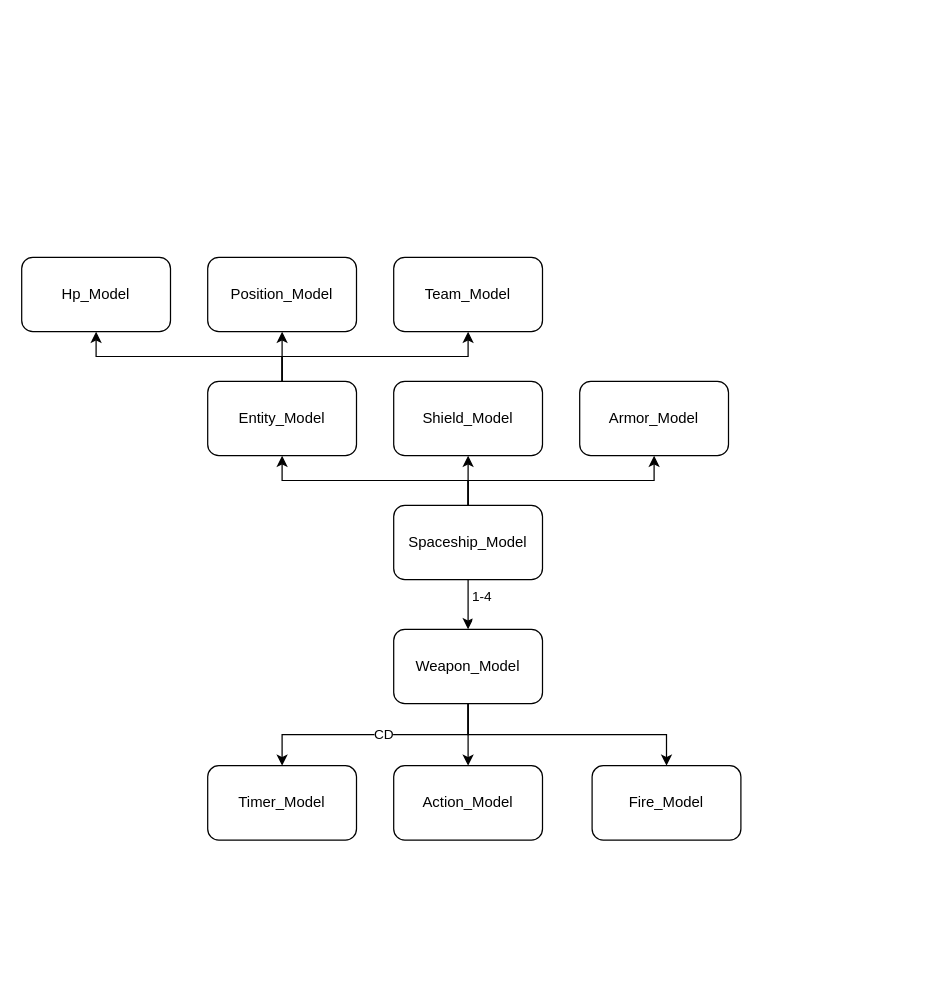
Before: Spaceship.drawio in kipikipoddev/Godot_Tutorial, a draw.io diagram. Source tidied: cells renumbered, new cells numbered last; positions are measured from the earlier drawing's top-left corner, leaving out a move shared by most shapes. Both pictures are drawn from the tidied source at 124%, with x=0, y=0 at pixel (21, 257).
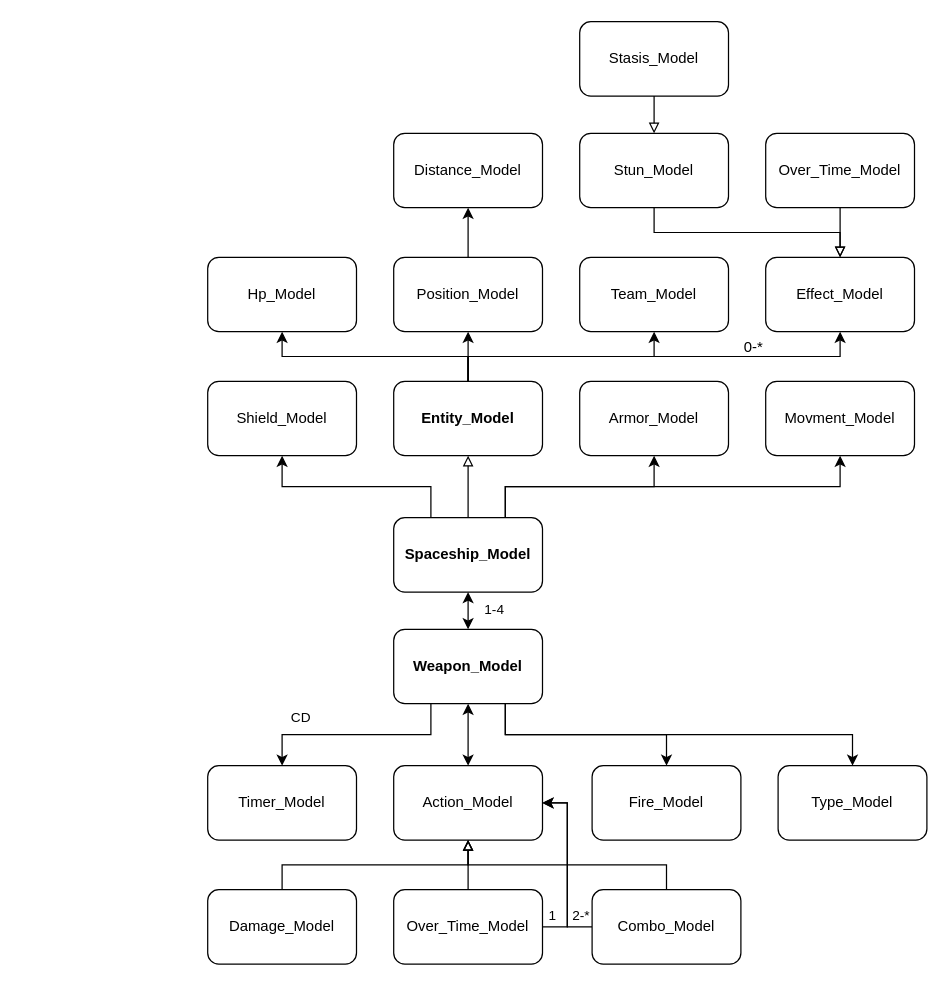
The same diagram, later.

The change refers to these unchanged cells:
```xml
<mxCell id="15" value="Armor_Model" style="rounded=1;whiteSpace=wrap;html=1;" parent="1" vertex="1">
  <mxGeometry x="450" y="100" width="120" height="60" as="geometry" />
</mxCell>
<mxCell id="22" value="Timer_Model" style="rounded=1;whiteSpace=wrap;html=1;" parent="1" vertex="1">
  <mxGeometry x="150" y="410" width="120" height="60" as="geometry" />
</mxCell>
<mxCell id="23" value="Action_Model" style="rounded=1;whiteSpace=wrap;html=1;" parent="1" vertex="1">
  <mxGeometry x="300" y="410" width="120" height="60" as="geometry" />
</mxCell>
<mxCell id="24" value="Fire_Model" style="rounded=1;whiteSpace=wrap;html=1;" parent="1" vertex="1">
  <mxGeometry x="460" y="410" width="120" height="60" as="geometry" />
</mxCell>
```

Diff of the diagram source:
```diff
@@
-    <mxCell id="2" style="edgeStyle=orthogonalEdgeStyle;rounded=0;jettySize=auto;html=1;exitX=0.5;exitY=1;exitDx=0;exitDy=0;entryX=0.5;entryY=0;entryDx=0;entryDy=0;" parent="1" edge="1" source="7" target="21">
+    <mxCell id="2" style="edgeStyle=orthogonalEdgeStyle;rounded=0;jettySize=auto;html=1;exitX=0.5;exitY=1;exitDx=0;exitDy=0;entryX=0.5;entryY=0;entryDx=0;entryDy=0;startArrow=classic;startFill=1;" parent="1" edge="1" source="7" target="21">
       <mxGeometry relative="1" as="geometry" />
     </mxCell>
     <mxCell id="3" value="1-4&lt;div&gt;&lt;br&gt;&lt;/div&gt;" style="edgeLabel;html=1;align=center;verticalAlign=middle;" parent="2" vertex="1">
       <mxGeometry x="-0.37" relative="1" as="geometry">
-        <mxPoint x="10" y="7" as="offset" />
+        <mxPoint x="20" y="11" as="offset" />
       </mxGeometry>
     </mxCell>
-    <mxCell id="4" style="edgeStyle=orthogonalEdgeStyle;rounded=0;jettySize=auto;html=1;exitX=0.5;exitY=0;exitDx=0;exitDy=0;entryX=0.5;entryY=1;entryDx=0;entryDy=0;" parent="1" edge="1" source="7" target="16">
+    <mxCell id="4" style="edgeStyle=orthogonalEdgeStyle;rounded=0;jettySize=auto;html=1;exitX=0.25;exitY=0;exitDx=0;exitDy=0;entryX=0.5;entryY=1;entryDx=0;entryDy=0;" parent="1" edge="1" source="7" target="16">
       <mxGeometry relative="1" as="geometry" />
     </mxCell>
-    <mxCell id="5" style="edgeStyle=orthogonalEdgeStyle;rounded=0;jettySize=auto;html=1;exitX=0.5;exitY=0;exitDx=0;exitDy=0;entryX=0.5;entryY=1;entryDx=0;entryDy=0;" parent="1" edge="1" source="7" target="15">
+    <mxCell id="5" style="edgeStyle=orthogonalEdgeStyle;rounded=0;jettySize=auto;html=1;exitX=0.75;exitY=0;exitDx=0;exitDy=0;entryX=0.5;entryY=1;entryDx=0;entryDy=0;" parent="1" edge="1" source="7" target="15">
       <mxGeometry relative="1" as="geometry" />
     </mxCell>
-    <mxCell id="6" style="edgeStyle=orthogonalEdgeStyle;rounded=0;jettySize=auto;html=1;exitX=0.5;exitY=0;exitDx=0;exitDy=0;entryX=0.5;entryY=1;entryDx=0;entryDy=0;" parent="1" edge="1" source="7" target="11">
+    <mxCell id="6" style="edgeStyle=orthogonalEdgeStyle;rounded=0;jettySize=auto;html=1;exitX=0.5;exitY=0;exitDx=0;exitDy=0;entryX=0.5;entryY=1;entryDx=0;entryDy=0;endArrow=block;endFill=0;" parent="1" edge="1" source="7" target="11">
       <mxGeometry relative="1" as="geometry" />
     </mxCell>
+    <mxCell id="25" style="edgeStyle=orthogonalEdgeStyle;rounded=0;jettySize=auto;html=1;exitX=0.75;exitY=0;exitDx=0;exitDy=0;entryX=0.5;entryY=1;entryDx=0;entryDy=0;" parent="1" edge="1" source="7" target="29">
+      <mxGeometry relative="1" as="geometry" />
+    </mxCell>
-    <mxCell id="7" value="Spaceship_Model" style="rounded=1;whiteSpace=wrap;html=1;" parent="1" vertex="1">
-      <mxGeometry x="300" y="200" width="120" height="60" as="geometry" />
+    <mxCell id="7" value="&lt;b&gt;Spaceship_Model&lt;/b&gt;" style="rounded=1;whiteSpace=wrap;html=1;" parent="1" vertex="1">
+      <mxGeometry x="300" y="210" width="120" height="60" as="geometry" />
     </mxCell>
@@
+    <mxCell id="26" style="edgeStyle=orthogonalEdgeStyle;rounded=0;jettySize=auto;html=1;exitX=0.5;exitY=0;exitDx=0;exitDy=0;entryX=0.5;entryY=1;entryDx=0;entryDy=0;" parent="1" edge="1" source="11" target="31">
+      <mxGeometry relative="1" as="geometry" />
+    </mxCell>
-    <mxCell id="11" value="Entity_Model" style="rounded=1;whiteSpace=wrap;html=1;" parent="1" vertex="1">
-      <mxGeometry x="150" y="100" width="120" height="60" as="geometry" />
+    <mxCell id="11" value="&lt;b&gt;Entity_Model&lt;/b&gt;" style="rounded=1;whiteSpace=wrap;html=1;" parent="1" vertex="1">
+      <mxGeometry x="300" y="100" width="120" height="60" as="geometry" />
     </mxCell>
     <mxCell id="12" value="Hp_Model" style="rounded=1;whiteSpace=wrap;html=1;" parent="1" vertex="1">
-      <mxGeometry width="120" height="60" as="geometry" />
+      <mxGeometry x="150" width="120" height="60" as="geometry" />
     </mxCell>
+    <mxCell id="27" style="edgeStyle=orthogonalEdgeStyle;rounded=0;jettySize=auto;html=1;exitX=0.5;exitY=0;exitDx=0;exitDy=0;entryX=0.5;entryY=1;entryDx=0;entryDy=0;" parent="1" edge="1" source="13" target="33">
+      <mxGeometry relative="1" as="geometry" />
+    </mxCell>
     <mxCell id="13" value="Position_Model" style="rounded=1;whiteSpace=wrap;html=1;" parent="1" vertex="1">
-      <mxGeometry x="150" width="120" height="60" as="geometry" />
+      <mxGeometry x="300" width="120" height="60" as="geometry" />
     </mxCell>
     <mxCell id="14" value="Team_Model" style="rounded=1;whiteSpace=wrap;html=1;" parent="1" vertex="1">
-      <mxGeometry x="300" width="120" height="60" as="geometry" />
+      <mxGeometry x="450" width="120" height="60" as="geometry" />
     </mxCell>
@@
     <mxCell id="16" value="Shield_Model" style="rounded=1;whiteSpace=wrap;html=1;" parent="1" vertex="1">
-      <mxGeometry x="300" y="100" width="120" height="60" as="geometry" />
+      <mxGeometry x="150" y="100" width="120" height="60" as="geometry" />
     </mxCell>
-    <mxCell id="17" style="edgeStyle=orthogonalEdgeStyle;rounded=0;jettySize=auto;html=1;exitX=0.5;exitY=1;exitDx=0;exitDy=0;" parent="1" edge="1" source="21" target="22">
+    <mxCell id="17" style="edgeStyle=orthogonalEdgeStyle;rounded=0;jettySize=auto;html=1;exitX=0.25;exitY=1;exitDx=0;exitDy=0;" parent="1" edge="1" source="21" target="22">
       <mxGeometry relative="1" as="geometry" />
     </mxCell>
     <mxCell id="18" value="CD" style="edgeLabel;html=1;align=center;verticalAlign=middle;" parent="17" vertex="1">
-      <mxGeometry x="-0.06" y="-1" relative="1" as="geometry" />
+      <mxGeometry x="-0.06" y="-1" relative="1" as="geometry">
+        <mxPoint x="-51" y="-14" as="offset" />
+      </mxGeometry>
     </mxCell>
-    <mxCell id="19" style="edgeStyle=orthogonalEdgeStyle;rounded=0;jettySize=auto;html=1;exitX=0.5;exitY=1;exitDx=0;exitDy=0;entryX=0.5;entryY=0;entryDx=0;entryDy=0;" parent="1" edge="1" source="21" target="23">
+    <mxCell id="19" style="rounded=0;jettySize=auto;html=1;exitX=0.5;exitY=1;exitDx=0;exitDy=0;entryX=0.5;entryY=0;entryDx=0;entryDy=0;startArrow=classic;startFill=1;" parent="1" edge="1" source="21" target="23">
       <mxGeometry relative="1" as="geometry" />
     </mxCell>
+    <mxCell id="28" style="edgeStyle=orthogonalEdgeStyle;rounded=0;jettySize=auto;html=1;exitX=0.75;exitY=1;exitDx=0;exitDy=0;entryX=0.5;entryY=0;entryDx=0;entryDy=0;" parent="1" edge="1" source="21" target="30">
+      <mxGeometry relative="1" as="geometry" />
+    </mxCell>
-    <mxCell id="20" style="edgeStyle=orthogonalEdgeStyle;rounded=0;jettySize=auto;html=1;exitX=0.5;exitY=1;exitDx=0;exitDy=0;entryX=0.5;entryY=0;entryDx=0;entryDy=0;" parent="1" edge="1" source="21" target="24">
+    <mxCell id="20" style="edgeStyle=orthogonalEdgeStyle;rounded=0;jettySize=auto;html=1;exitX=0.75;exitY=1;exitDx=0;exitDy=0;entryX=0.5;entryY=0;entryDx=0;entryDy=0;" parent="1" edge="1" source="21" target="24">
       <mxGeometry relative="1" as="geometry" />
     </mxCell>
-    <mxCell id="21" value="Weapon_Model" style="rounded=1;whiteSpace=wrap;html=1;" parent="1" vertex="1">
+    <mxCell id="21" value="&lt;b&gt;Weapon_Model&lt;/b&gt;" style="rounded=1;whiteSpace=wrap;html=1;" parent="1" vertex="1">
       <mxGeometry x="300" y="300" width="120" height="60" as="geometry" />
     </mxCell>
@@
+    <mxCell id="29" value="Movment_Model" style="rounded=1;whiteSpace=wrap;html=1;" parent="1" vertex="1">
+      <mxGeometry x="600" y="100" width="120" height="60" as="geometry" />
+    </mxCell>
+    <mxCell id="30" value="Type_Model" style="rounded=1;whiteSpace=wrap;html=1;" parent="1" vertex="1">
+      <mxGeometry x="610" y="410" width="120" height="60" as="geometry" />
+    </mxCell>
+    <mxCell id="31" value="Effect_Model" style="rounded=1;whiteSpace=wrap;html=1;" parent="1" vertex="1">
+      <mxGeometry x="600" width="120" height="60" as="geometry" />
+    </mxCell>
+    <mxCell id="32" value="0-*" style="text;html=1;align=center;verticalAlign=middle;strokeColor=none;fillColor=none;" parent="1" vertex="1">
+      <mxGeometry x="570" y="58" width="40" height="30" as="geometry" />
+    </mxCell>
+    <mxCell id="33" value="Distance_Model" style="rounded=1;whiteSpace=wrap;html=1;" parent="1" vertex="1">
+      <mxGeometry x="300" y="-100" width="120" height="60" as="geometry" />
+    </mxCell>
+    <mxCell id="34" style="edgeStyle=orthogonalEdgeStyle;rounded=0;jettySize=auto;html=1;exitX=0.5;exitY=0;exitDx=0;exitDy=0;entryX=0.5;entryY=1;entryDx=0;entryDy=0;endArrow=block;endFill=0;" parent="1" edge="1" source="35" target="23">
+      <mxGeometry relative="1" as="geometry" />
+    </mxCell>
+    <mxCell id="35" value="Damage_Model" style="rounded=1;whiteSpace=wrap;html=1;" parent="1" vertex="1">
+      <mxGeometry x="150" y="510" width="120" height="60" as="geometry" />
+    </mxCell>
+    <mxCell id="36" style="edgeStyle=orthogonalEdgeStyle;rounded=0;jettySize=auto;html=1;exitX=1;exitY=0.5;exitDx=0;exitDy=0;entryX=1;entryY=0.5;entryDx=0;entryDy=0;" parent="1" edge="1" source="38" target="23">
+      <mxGeometry relative="1" as="geometry" />
+    </mxCell>
+    <mxCell id="37" value="1" style="edgeLabel;html=1;align=center;verticalAlign=middle;" parent="36" vertex="1">
+      <mxGeometry x="-0.9" y="2" relative="1" as="geometry">
+        <mxPoint y="-8" as="offset" />
+      </mxGeometry>
+    </mxCell>
+    <mxCell id="38" value="Over_Time_Model" style="rounded=1;whiteSpace=wrap;html=1;" parent="1" vertex="1">
+      <mxGeometry x="300" y="510" width="120" height="60" as="geometry" />
+    </mxCell>
+    <mxCell id="39" style="edgeStyle=orthogonalEdgeStyle;rounded=0;jettySize=auto;html=1;exitX=0;exitY=0.5;exitDx=0;exitDy=0;entryX=1;entryY=0.5;entryDx=0;entryDy=0;" parent="1" edge="1" source="41" target="23">
+      <mxGeometry relative="1" as="geometry">
+        <Array as="points">
+          <mxPoint x="440" y="540" />
+          <mxPoint x="440" y="440" />
+        </Array>
+      </mxGeometry>
+    </mxCell>
+    <mxCell id="40" value="2-*" style="edgeLabel;html=1;align=center;verticalAlign=middle;" parent="39" vertex="1">
+      <mxGeometry x="-0.42" relative="1" as="geometry">
+        <mxPoint x="10" y="11" as="offset" />
+      </mxGeometry>
+    </mxCell>
+    <mxCell id="41" value="Combo_Model" style="rounded=1;whiteSpace=wrap;html=1;" parent="1" vertex="1">
+      <mxGeometry x="460" y="510" width="120" height="60" as="geometry" />
+    </mxCell>
+    <mxCell id="42" style="edgeStyle=orthogonalEdgeStyle;rounded=0;jettySize=auto;html=1;exitX=0.5;exitY=0;exitDx=0;exitDy=0;endArrow=block;endFill=0;" parent="1" edge="1" source="38">
+      <mxGeometry relative="1" as="geometry">
+        <mxPoint x="360" y="470" as="targetPoint" />
+      </mxGeometry>
+    </mxCell>
+    <mxCell id="43" style="edgeStyle=orthogonalEdgeStyle;rounded=0;jettySize=auto;html=1;exitX=0.5;exitY=0;exitDx=0;exitDy=0;entryX=0.5;entryY=1;entryDx=0;entryDy=0;endArrow=block;endFill=0;" parent="1" edge="1" source="41" target="23">
+      <mxGeometry relative="1" as="geometry" />
+    </mxCell>
+    <mxCell id="44" style="edgeStyle=orthogonalEdgeStyle;rounded=0;jettySize=auto;html=1;exitX=0.5;exitY=1;exitDx=0;exitDy=0;entryX=0.5;entryY=0;entryDx=0;entryDy=0;endArrow=block;endFill=0;" parent="1" edge="1" source="45" target="31">
+      <mxGeometry relative="1" as="geometry" />
+    </mxCell>
+    <mxCell id="45" value="Stun_Model" style="rounded=1;whiteSpace=wrap;html=1;" parent="1" vertex="1">
+      <mxGeometry x="450" y="-100" width="120" height="60" as="geometry" />
+    </mxCell>
+    <mxCell id="46" style="edgeStyle=orthogonalEdgeStyle;rounded=0;jettySize=auto;html=1;exitX=0.5;exitY=1;exitDx=0;exitDy=0;entryX=0.5;entryY=0;entryDx=0;entryDy=0;endArrow=block;endFill=0;" parent="1" edge="1" source="47" target="31">
+      <mxGeometry relative="1" as="geometry" />
+    </mxCell>
+    <mxCell id="47" value="Over_Time_Model" style="rounded=1;whiteSpace=wrap;html=1;" parent="1" vertex="1">
+      <mxGeometry x="600" y="-100" width="120" height="60" as="geometry" />
+    </mxCell>
+    <mxCell id="48" style="edgeStyle=orthogonalEdgeStyle;rounded=0;jettySize=auto;html=1;exitX=0.5;exitY=1;exitDx=0;exitDy=0;entryX=0.5;entryY=0;entryDx=0;entryDy=0;endArrow=block;endFill=0;" parent="1" edge="1" source="49" target="45">
+      <mxGeometry relative="1" as="geometry" />
+    </mxCell>
+    <mxCell id="49" value="Stasis_Model" style="rounded=1;whiteSpace=wrap;html=1;" parent="1" vertex="1">
+      <mxGeometry x="450" y="-190" width="120" height="60" as="geometry" />
+    </mxCell>
```
